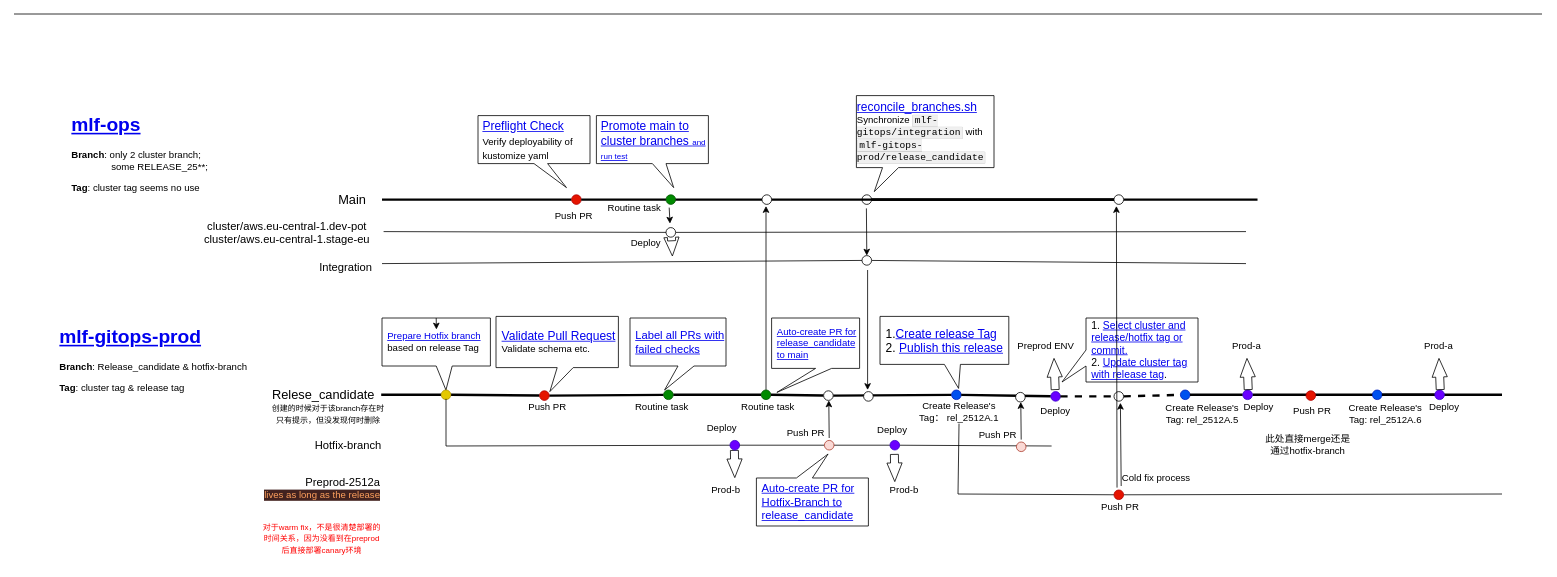
This is Drawio/AI Core release process.drawio from polark-bit/StudyGit, a draw.io file, before an edit. Source tidied: cells renumbered, new cells numbered last; positions are measured from the earlier drawing's top-left corner, leaving out a move shared by most shapes. Both pictures are drawn from the tidied source at 80%, with x=0, y=0 at pixel (14, 14).
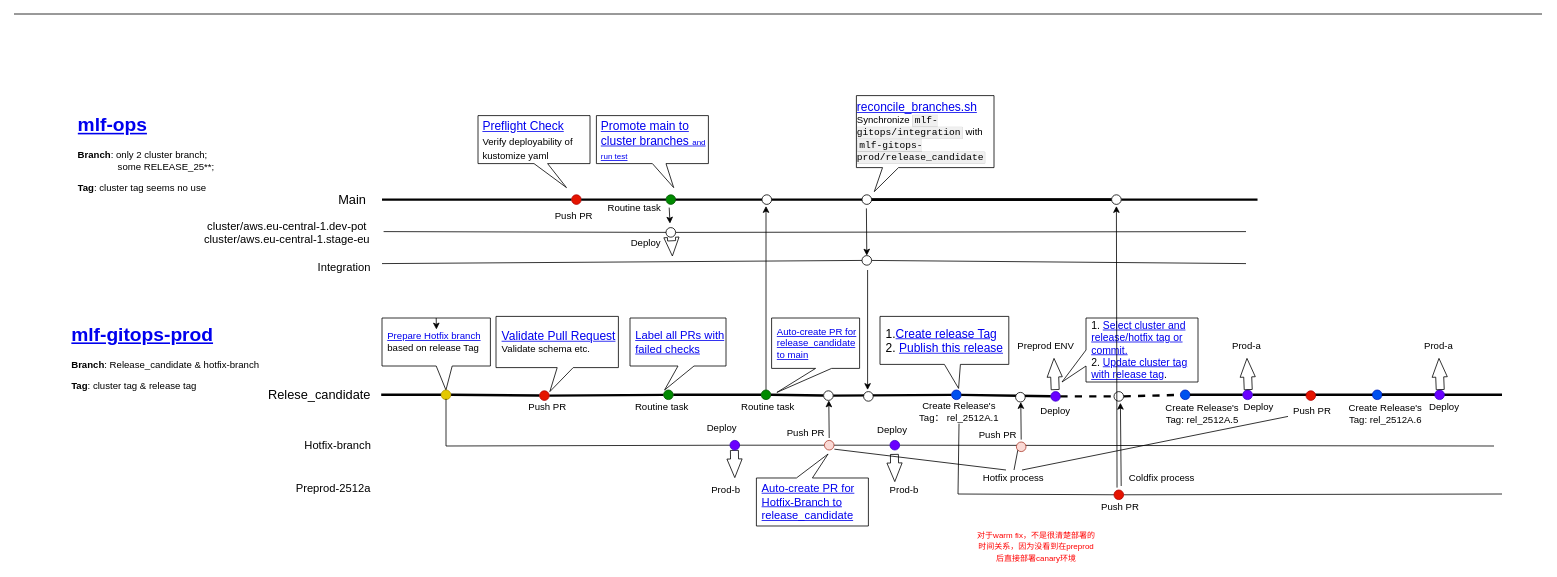
After the change.

Unchanged cells that the change refers to:
```xml
<mxCell id="75" value="Push PR" style="text;html=1;whiteSpace=wrap;strokeColor=none;fillColor=none;align=center;verticalAlign=middle;rounded=0;" parent="1" vertex="1">
  <mxGeometry x="1592.5" y="482" width="60" height="30" as="geometry" />
</mxCell>
<mxCell id="88" style="ellipse;whiteSpace=wrap;html=1;fillColor=#6a00ff;fontColor=#ffffff;strokeColor=#3700CC;" parent="1" vertex="1">
  <mxGeometry x="1095" y="533" width="12" height="12" as="geometry" />
</mxCell>
<mxCell id="98" value="&lt;span style=&quot;font-size: 14px;&quot;&gt;&lt;a href=&quot;https://github.tools.sap/MLF-prod/mlf-gitops-prod/blob/release_candidate/.github/workflows/auto-reconcile-hotfix.yaml&quot;&gt;Auto-create PR for Hotfix-Branch to release_candidate&lt;/a&gt;&lt;/span&gt;" style="shape=callout;whiteSpace=wrap;html=1;perimeter=calloutPerimeter;strokeColor=default;align=left;verticalAlign=middle;fontFamily=Helvetica;fontSize=12;fontColor=default;fillColor=default;direction=west;position2=0.36;spacingLeft=5;" parent="1" vertex="1">
  <mxGeometry x="928" y="550" width="140" height="90" as="geometry" />
</mxCell>
<mxCell id="100" style="ellipse;whiteSpace=wrap;html=1;fillColor=#fad9d5;strokeColor=#ae4132;" parent="1" vertex="1">
  <mxGeometry x="1253" y="535" width="12" height="12" as="geometry" />
</mxCell>
```

The edit, as a diff of the source:
```diff
@@
     <mxCell id="10" value="&lt;h1 style=&quot;margin-top: 0px;&quot;&gt;&lt;a href=&quot;https://github.tools.sap/MLF/mlf-gitops&quot;&gt;mlf-ops&lt;/a&gt;&lt;/h1&gt;&lt;p&gt;&lt;b style=&quot;background-color: transparent; color: light-dark(rgb(0, 0, 0), rgb(255, 255, 255));&quot;&gt;Branch&lt;/b&gt;&lt;span style=&quot;background-color: transparent; color: light-dark(rgb(0, 0, 0), rgb(255, 255, 255));&quot;&gt;: only 2 cluster branch;&amp;nbsp; &amp;nbsp; &amp;nbsp; &amp;nbsp; &amp;nbsp; &amp;nbsp; &amp;nbsp; &amp;nbsp; &amp;nbsp; &amp;nbsp; &amp;nbsp; &amp;nbsp; &amp;nbsp;some RELEASE_25**;&lt;/span&gt;&lt;/p&gt;&lt;p&gt;&lt;b&gt;Tag&lt;/b&gt;: cluster tag seems no use&lt;/p&gt;&lt;div&gt;&lt;br&gt;&lt;/div&gt;" style="text;html=1;whiteSpace=wrap;overflow=hidden;rounded=0;" parent="1" vertex="1">
-      <mxGeometry x="70" y="118" width="195" height="120" as="geometry" />
+      <mxGeometry x="78" y="118" width="195" height="120" as="geometry" />
     </mxCell>
@@
     <mxCell id="20" value="&lt;font style=&quot;font-size: 14px;&quot;&gt;Integration&lt;/font&gt;" style="text;html=1;whiteSpace=wrap;strokeColor=none;fillColor=none;align=center;verticalAlign=middle;rounded=0;" parent="1" vertex="1">
-      <mxGeometry x="385" y="302" width="60" height="30" as="geometry" />
+      <mxGeometry x="383" y="302" width="60" height="30" as="geometry" />
     </mxCell>
@@
-    <mxCell id="24" style="endArrow=none;html=1;rounded=0;strokeWidth=3;" parent="1" edge="1" source="120" target="25">
-      <mxGeometry relative="1" as="geometry" />
+    <mxCell id="24" style="endArrow=none;html=1;rounded=0;strokeWidth=3;" parent="1" edge="1" source="120">
+      <mxGeometry relative="1" as="geometry">
+        <mxPoint x="1072" y="232" as="targetPoint" />
+      </mxGeometry>
     </mxCell>
-    <mxCell id="25" style="ellipse;whiteSpace=wrap;html=1;" parent="1" vertex="1">
-      <mxGeometry x="1060" y="226" width="12" height="12" as="geometry" />
-    </mxCell>
@@
     <mxCell id="27" value="&lt;font style=&quot;font-size: 16px;&quot;&gt;Relese_candidate&lt;/font&gt;" style="text;html=1;whiteSpace=wrap;strokeColor=none;fillColor=none;align=center;verticalAlign=middle;rounded=0;" parent="1" vertex="1">
-      <mxGeometry x="333" y="461" width="108" height="30" as="geometry" />
+      <mxGeometry x="328" y="461" width="108" height="30" as="geometry" />
     </mxCell>
     <mxCell id="28" value="&lt;h1 style=&quot;margin-top: 0px;&quot;&gt;&lt;a href=&quot;https://github.tools.sap/MLF-prod/mlf-gitops-prod&quot;&gt;mlf-gitops-prod&lt;/a&gt;&lt;/h1&gt;&lt;p&gt;&lt;b style=&quot;background-color: transparent; color: light-dark(rgb(0, 0, 0), rgb(255, 255, 255));&quot;&gt;Branch&lt;/b&gt;&lt;span style=&quot;background-color: transparent; color: light-dark(rgb(0, 0, 0), rgb(255, 255, 255));&quot;&gt;: Release_candidate &amp;amp; hotfix-branch&lt;/span&gt;&lt;/p&gt;&lt;p&gt;&lt;b&gt;Tag&lt;/b&gt;: cluster tag &amp;amp; release tag&lt;/p&gt;&lt;div&gt;&lt;br&gt;&lt;/div&gt;" style="text;html=1;whiteSpace=wrap;overflow=hidden;rounded=0;" parent="1" vertex="1">
-      <mxGeometry x="55" y="383" width="270" height="120" as="geometry" />
+      <mxGeometry x="70" y="380" width="270" height="120" as="geometry" />
     </mxCell>
@@
     <mxCell id="53" value="&lt;font style=&quot;font-size: 14px;&quot;&gt;Hotfix-branch&lt;/font&gt;" style="text;html=1;whiteSpace=wrap;strokeColor=none;fillColor=none;align=center;verticalAlign=middle;rounded=0;" parent="1" vertex="1">
-      <mxGeometry x="366" y="524" width="104" height="30" as="geometry" />
+      <mxGeometry x="353" y="524" width="104" height="30" as="geometry" />
     </mxCell>
@@
     <mxCell id="84" style="endArrow=none;html=1;rounded=0;fontFamily=Helvetica;fontSize=12;fontColor=default;" parent="1" edge="1" source="88">
       <mxGeometry relative="1" as="geometry">
-        <mxPoint x="1297" y="540" as="targetPoint" />
+        <mxPoint x="1850" y="540" as="targetPoint" />
       </mxGeometry>
     </mxCell>
@@
-    <mxCell id="103" value="&lt;font style=&quot;color: light-dark(rgb(0, 0, 0), rgb(255, 0, 0));&quot;&gt;&lt;font style=&quot;font-size: 10px;&quot;&gt;创建的时候对于该branch存在时只有提示，但&lt;/font&gt;&lt;span style=&quot;font-size: 10px;&quot;&gt;没发现何时删除&lt;/span&gt;&lt;/font&gt;" style="text;html=1;whiteSpace=wrap;strokeColor=none;fillColor=none;align=center;verticalAlign=middle;rounded=0;fontFamily=Helvetica;fontSize=12;fontColor=default;" parent="1" vertex="1">
-      <mxGeometry x="318" y="485" width="150" height="30" as="geometry" />
-    </mxCell>
@@
-    <mxCell id="106" value="&lt;font style=&quot;color: light-dark(rgb(0, 0, 0), rgb(255, 0, 0));&quot;&gt;Cold fix process&lt;/font&gt;" style="text;html=1;whiteSpace=wrap;strokeColor=none;fillColor=none;align=center;verticalAlign=middle;rounded=0;fontFamily=Helvetica;fontSize=12;fontColor=default;" parent="1" vertex="1">
-      <mxGeometry x="1368" y="565" width="120" height="30" as="geometry" />
+    <mxCell id="106" value="&lt;font style=&quot;color: light-dark(rgb(0, 0, 0), rgb(255, 0, 0));&quot;&gt;Coldfix process&lt;/font&gt;" style="text;html=1;whiteSpace=wrap;strokeColor=none;fillColor=none;align=center;verticalAlign=middle;rounded=0;fontFamily=Helvetica;fontSize=12;fontColor=default;" parent="1" vertex="1">
+      <mxGeometry x="1375" y="565" width="120" height="30" as="geometry" />
     </mxCell>
-    <mxCell id="107" value="&lt;font style=&quot;color: light-dark(rgb(0, 0, 0), rgb(255, 0, 0));&quot;&gt;此处直接merge还是通过hotfix-branch&lt;/font&gt;" style="text;html=1;whiteSpace=wrap;strokeColor=none;fillColor=none;align=center;verticalAlign=middle;rounded=0;fontFamily=Helvetica;fontSize=12;fontColor=default;" parent="1" vertex="1">
-      <mxGeometry x="1563" y="524" width="109" height="30" as="geometry" />
+    <mxCell id="107" value="&lt;font style=&quot;color: light-dark(rgb(0, 0, 0), rgb(255, 0, 0));&quot;&gt;Hotfix process&lt;/font&gt;" style="text;html=1;whiteSpace=wrap;strokeColor=none;fillColor=none;align=center;verticalAlign=middle;rounded=0;fontFamily=Helvetica;fontSize=12;fontColor=default;" parent="1" vertex="1">
+      <mxGeometry x="1195" y="565" width="109" height="30" as="geometry" />
     </mxCell>
@@
-    <mxCell id="109" value="&lt;font style=&quot;font-size: 14px;&quot;&gt;Preprod-2512a&lt;/font&gt;&lt;div&gt;&lt;font&gt;&lt;span style=&quot;color: rgb(254, 161, 94); font-family: &amp;quot;72 Brand&amp;quot;, &amp;quot;72Brand&amp;quot;, Arial, sans-serif; background-color: rgb(66, 34, 31);&quot;&gt;lives as long as the release&lt;/span&gt;&lt;/font&gt;&lt;/div&gt;" style="text;html=1;whiteSpace=wrap;strokeColor=none;fillColor=none;align=right;verticalAlign=middle;rounded=0;" parent="1" vertex="1">
-      <mxGeometry x="310" y="575" width="150" height="35" as="geometry" />
+    <mxCell id="109" value="&lt;font style=&quot;font-size: 14px;&quot;&gt;Preprod-2512a&lt;/font&gt;" style="text;html=1;whiteSpace=wrap;strokeColor=none;fillColor=none;align=right;verticalAlign=middle;rounded=0;" parent="1" vertex="1">
+      <mxGeometry x="298" y="575" width="150" height="35" as="geometry" />
     </mxCell>
@@
     <mxCell id="116" value="&lt;font style=&quot;color: light-dark(rgb(255, 0, 0), rgb(255, 0, 0));&quot;&gt;&lt;span style=&quot;font-size: 10px;&quot;&gt;对于warm fix，不是很清楚部署的时间关系，因为没看到在preprod后直接部署canary环境&lt;/span&gt;&lt;/font&gt;" style="text;html=1;whiteSpace=wrap;strokeColor=none;fillColor=none;align=center;verticalAlign=middle;rounded=0;fontFamily=Helvetica;fontSize=12;fontColor=default;" parent="1" vertex="1">
-      <mxGeometry x="310" y="640" width="150" height="30" as="geometry" />
+      <mxGeometry x="1203" y="650" width="150" height="30" as="geometry" />
     </mxCell>
@@
     <mxCell id="120" style="ellipse;whiteSpace=wrap;html=1;" parent="1" vertex="1">
-      <mxGeometry x="1375" y="226" width="12" height="12" as="geometry" />
+      <mxGeometry x="1372" y="226" width="12" height="12" as="geometry" />
     </mxCell>
+    <mxCell id="121" style="endArrow=none;html=1;rounded=0;" parent="1" edge="1" target="75">
+      <mxGeometry relative="1" as="geometry">
+        <mxPoint x="1260" y="570" as="sourcePoint" />
+      </mxGeometry>
+    </mxCell>
+    <mxCell id="122" style="endArrow=none;html=1;rounded=0;entryX=0;entryY=1;entryDx=0;entryDy=0;" parent="1" edge="1" target="100">
+      <mxGeometry relative="1" as="geometry">
+        <mxPoint x="1250" y="570" as="sourcePoint" />
+      </mxGeometry>
+    </mxCell>
+    <mxCell id="123" style="endArrow=none;html=1;rounded=0;entryX=0.304;entryY=1.067;entryDx=0;entryDy=0;entryPerimeter=0;" parent="1" edge="1" target="98">
+      <mxGeometry relative="1" as="geometry">
+        <mxPoint x="1240" y="570" as="sourcePoint" />
+      </mxGeometry>
+    </mxCell>
+    <mxCell id="124" style="endArrow=none;html=1;rounded=0;strokeWidth=3;" parent="1" edge="1" target="25">
+      <mxGeometry relative="1" as="geometry">
+        <mxPoint x="1072" y="232" as="sourcePoint" />
+      </mxGeometry>
+    </mxCell>
+    <mxCell id="25" style="ellipse;whiteSpace=wrap;html=1;" parent="1" vertex="1">
+      <mxGeometry x="1060" y="226" width="12" height="12" as="geometry" />
+    </mxCell>
```
